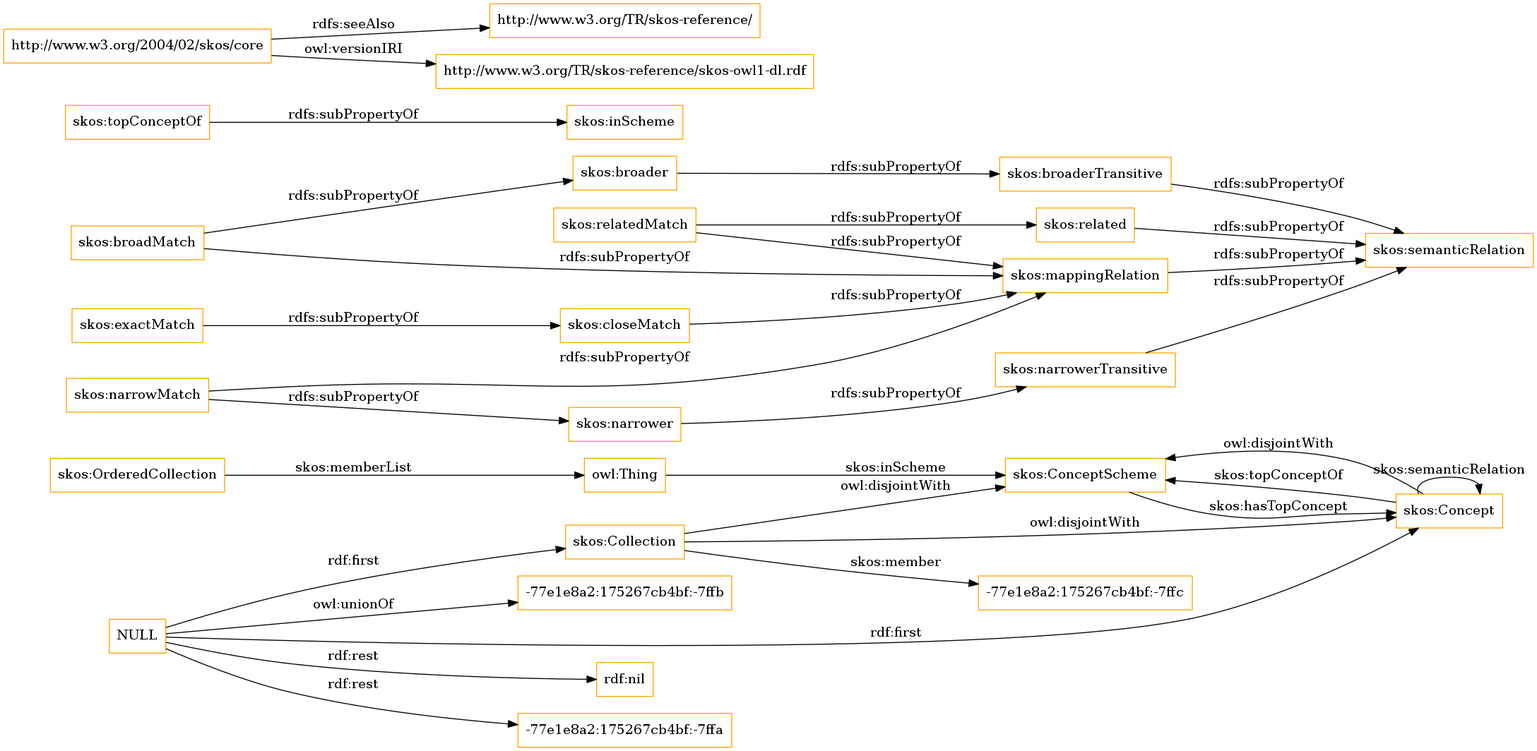
The Graphviz diagram OnToology/imports/skos.owl/diagrams/ar2dtool-class/skos.owl.png in OnToologyUser/core-ontology-1, before a commit. Its source is kept beside it as OnToology/imports/skos.owl/diagrams/ar2dtool-class/skos.owl.png.dot.
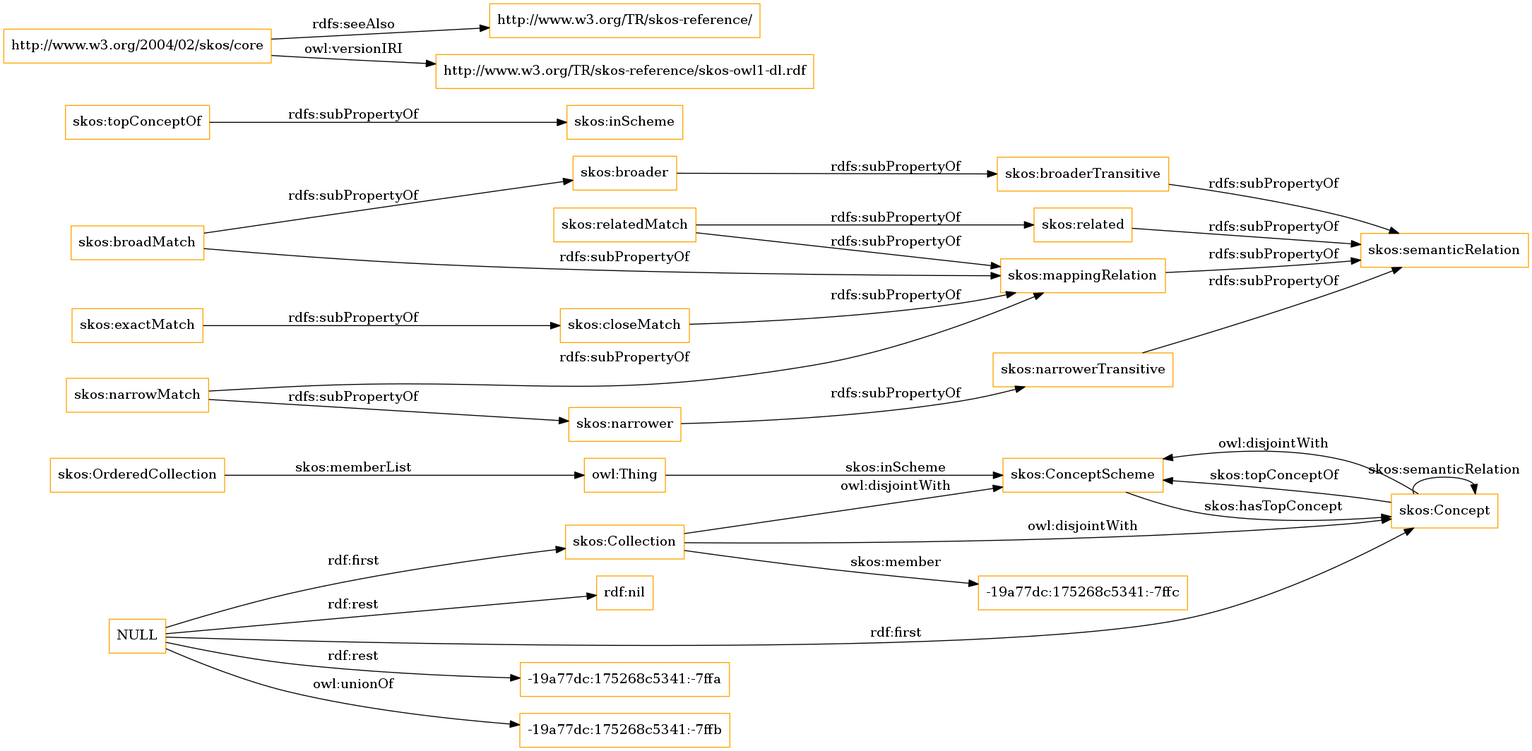
The same file after the commit.

What changed in the source:
```diff
@@ -1,13 +1,13 @@
 digraph ar2dtool_diagram {
 rankdir=LR;
 size="1501"
-node [shape = rectangle, color="orange"]; "skos:OrderedCollection" "skos:ConceptScheme" "skos:Concept" "skos:Collection" "-77e1e8a2:175267cb4bf:-7ffc" ; /*classes style*/
+node [shape = rectangle, color="orange"]; "skos:OrderedCollection" "skos:ConceptScheme" "skos:Concept" "skos:Collection" "-19a77dc:175268c5341:-7ffc" ; /*classes style*/
 	"skos:narrowerTransitive" -> "skos:semanticRelation" [ label = "rdfs:subPropertyOf" ];
+	"NULL" -> "-19a77dc:175268c5341:-7ffa" [ label = "rdf:rest" ];
+	"NULL" -> "skos:Collection" [ label = "rdf:first" ];
+	"NULL" -> "-19a77dc:175268c5341:-7ffb" [ label = "owl:unionOf" ];
 	"NULL" -> "rdf:nil" [ label = "rdf:rest" ];
 	"NULL" -> "skos:Concept" [ label = "rdf:first" ];
-	"NULL" -> "-77e1e8a2:175267cb4bf:-7ffa" [ label = "rdf:rest" ];
-	"NULL" -> "skos:Collection" [ label = "rdf:first" ];
-	"NULL" -> "-77e1e8a2:175267cb4bf:-7ffb" [ label = "owl:unionOf" ];
 	"skos:closeMatch" -> "skos:mappingRelation" [ label = "rdfs:subPropertyOf" ];
 	"skos:Concept" -> "skos:ConceptScheme" [ label = "owl:disjointWith" ];
 	"skos:relatedMatch" -> "skos:related" [ label = "rdfs:subPropertyOf" ];
@@ -30,7 +30,7 @@
 	"skos:OrderedCollection" -> "owl:Thing" [ label = "skos:memberList" ];
 	"skos:Concept" -> "skos:ConceptScheme" [ label = "skos:topConceptOf" ];
 	"skos:Concept" -> "skos:Concept" [ label = "skos:semanticRelation" ];
-	"skos:Collection" -> "-77e1e8a2:175267cb4bf:-7ffc" [ label = "skos:member" ];
+	"skos:Collection" -> "-19a77dc:175268c5341:-7ffc" [ label = "skos:member" ];
 	"skos:ConceptScheme" -> "skos:Concept" [ label = "skos:hasTopConcept" ];
 	"owl:Thing" -> "skos:ConceptScheme" [ label = "skos:inScheme" ];
 
```
